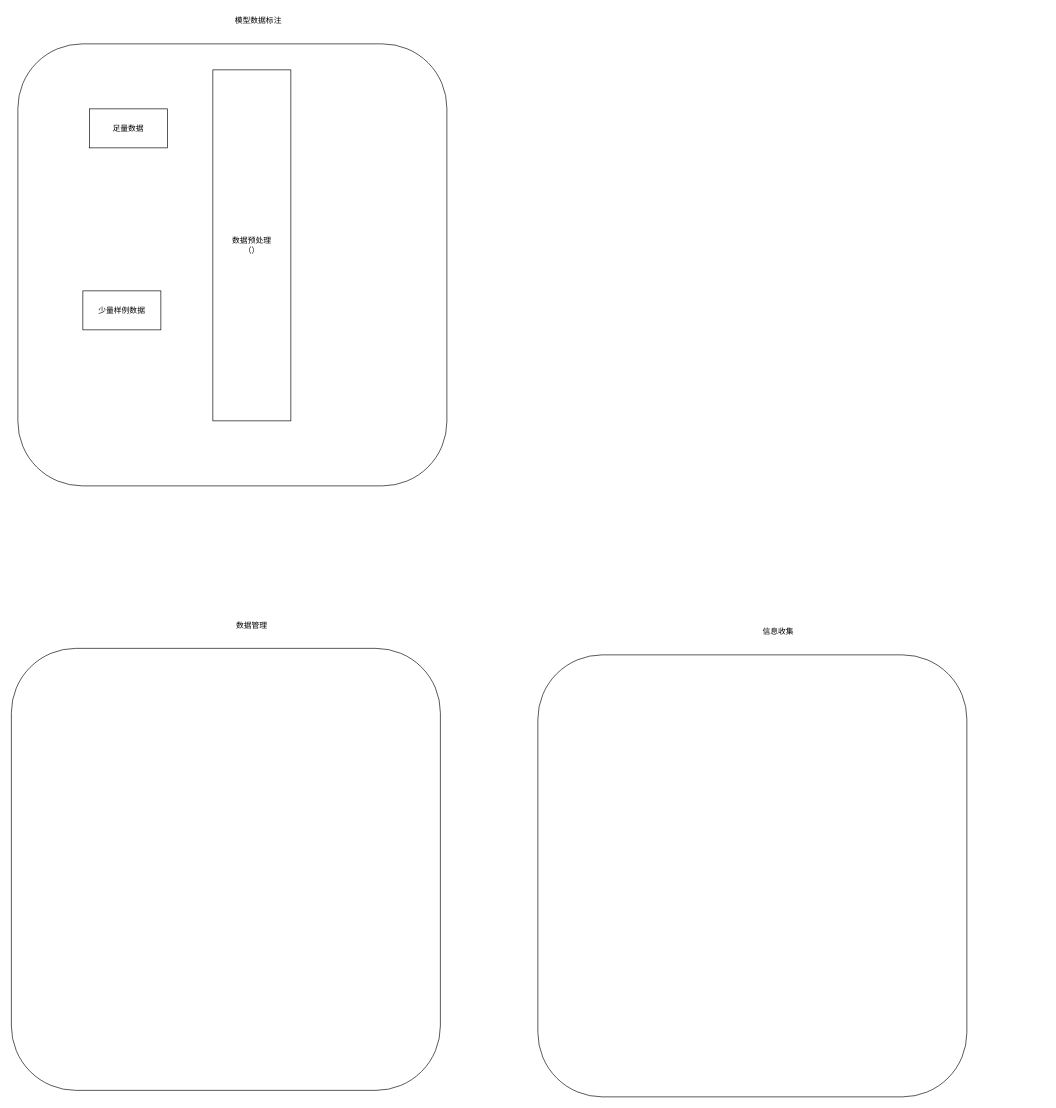
The draw.io diagram page "标注侧" (1 of 6) of social life internal system.drawio in Saiable/drawio, before the edit. Source tidied: cells renumbered, new cells numbered last; positions are measured from the earlier drawing's top-left corner, leaving out a move shared by most shapes. Both pictures are drawn from the tidied source at 65%, with x=0, y=0 at pixel (11, 11).
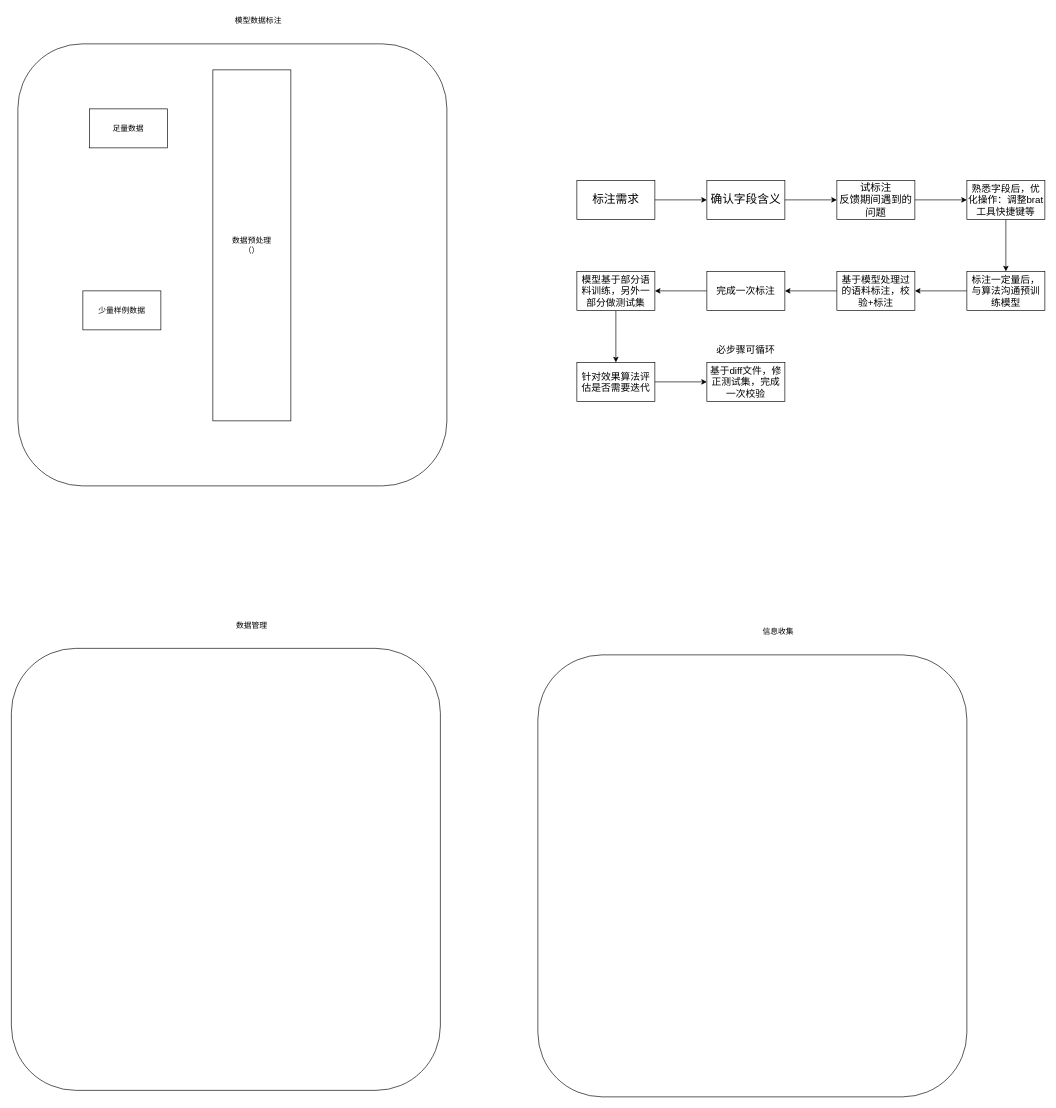
The same page after the edit.

Change to the diagram source:
```diff
@@
+    <mxCell id="11" style="edgeStyle=orthogonalEdgeStyle;rounded=0;jettySize=auto;html=1;" parent="1" edge="1" source="12" target="14">
+      <mxGeometry relative="1" as="geometry" />
+    </mxCell>
+    <mxCell id="12" value="&lt;font style=&quot;font-size: 18px&quot;&gt;标注需求&lt;/font&gt;" style="rounded=0;whiteSpace=wrap;html=1;" parent="1" vertex="1">
+      <mxGeometry x="870" y="260" width="120" height="60" as="geometry" />
+    </mxCell>
+    <mxCell id="13" style="edgeStyle=orthogonalEdgeStyle;rounded=0;jettySize=auto;html=1;" parent="1" edge="1" source="14" target="16">
+      <mxGeometry relative="1" as="geometry" />
+    </mxCell>
+    <mxCell id="14" value="&lt;font style=&quot;font-size: 18px&quot;&gt;确认字段含义&lt;/font&gt;" style="rounded=0;whiteSpace=wrap;html=1;" parent="1" vertex="1">
+      <mxGeometry x="1070" y="260" width="120" height="60" as="geometry" />
+    </mxCell>
+    <mxCell id="15" style="edgeStyle=orthogonalEdgeStyle;rounded=0;jettySize=auto;html=1;" parent="1" edge="1" source="16" target="18">
+      <mxGeometry relative="1" as="geometry" />
+    </mxCell>
+    <mxCell id="16" value="&lt;font style=&quot;font-size: 16px;&quot;&gt;试标注&lt;br style=&quot;font-size: 16px;&quot;&gt;反馈期间遇到的问题&lt;/font&gt;" style="rounded=0;whiteSpace=wrap;html=1;fontSize=16;" parent="1" vertex="1">
+      <mxGeometry x="1270" y="260" width="120" height="60" as="geometry" />
+    </mxCell>
+    <mxCell id="17" style="edgeStyle=orthogonalEdgeStyle;rounded=0;jettySize=auto;html=1;fontSize=15;" parent="1" edge="1" source="18" target="20">
+      <mxGeometry relative="1" as="geometry" />
+    </mxCell>
+    <mxCell id="18" value="&lt;font style=&quot;font-size: 15px;&quot;&gt;熟悉字段后，优化操作：调整brat工具快捷键等&lt;/font&gt;" style="rounded=0;whiteSpace=wrap;html=1;fontSize=15;" parent="1" vertex="1">
+      <mxGeometry x="1470" y="260" width="120" height="60" as="geometry" />
+    </mxCell>
+    <mxCell id="19" style="edgeStyle=orthogonalEdgeStyle;rounded=0;jettySize=auto;html=1;fontSize=15;" parent="1" edge="1" source="20" target="22">
+      <mxGeometry relative="1" as="geometry" />
+    </mxCell>
+    <mxCell id="20" value="标注一定量后，与算法沟通预训练模型" style="rounded=0;whiteSpace=wrap;html=1;fontSize=15;" parent="1" vertex="1">
+      <mxGeometry x="1470" y="400" width="120" height="60" as="geometry" />
+    </mxCell>
+    <mxCell id="21" style="edgeStyle=orthogonalEdgeStyle;rounded=0;jettySize=auto;html=1;fontSize=15;" parent="1" edge="1" source="22" target="24">
+      <mxGeometry relative="1" as="geometry" />
+    </mxCell>
+    <mxCell id="22" value="基于模型处理过的语料标注，校验+标注" style="rounded=0;whiteSpace=wrap;html=1;fontSize=15;" parent="1" vertex="1">
+      <mxGeometry x="1270" y="400" width="120" height="60" as="geometry" />
+    </mxCell>
+    <mxCell id="23" style="edgeStyle=orthogonalEdgeStyle;rounded=0;jettySize=auto;html=1;fontSize=15;" parent="1" edge="1" source="24" target="26">
+      <mxGeometry relative="1" as="geometry" />
+    </mxCell>
+    <mxCell id="24" value="完成一次标注" style="rounded=0;whiteSpace=wrap;html=1;fontSize=15;" parent="1" vertex="1">
+      <mxGeometry x="1070" y="400" width="120" height="60" as="geometry" />
+    </mxCell>
+    <mxCell id="25" style="edgeStyle=orthogonalEdgeStyle;rounded=0;jettySize=auto;html=1;fontSize=15;" parent="1" edge="1" source="26" target="28">
+      <mxGeometry relative="1" as="geometry" />
+    </mxCell>
+    <mxCell id="26" value="模型基于部分语料训练，另外一部分做测试集" style="rounded=0;whiteSpace=wrap;html=1;fontSize=15;" parent="1" vertex="1">
+      <mxGeometry x="870" y="400" width="120" height="60" as="geometry" />
+    </mxCell>
+    <mxCell id="27" style="edgeStyle=orthogonalEdgeStyle;rounded=0;jettySize=auto;html=1;fontSize=15;" parent="1" edge="1" source="28" target="29">
+      <mxGeometry relative="1" as="geometry" />
+    </mxCell>
+    <mxCell id="28" value="针对效果算法评估是否需要迭代" style="rounded=0;whiteSpace=wrap;html=1;fontSize=15;" parent="1" vertex="1">
+      <mxGeometry x="870" y="540" width="120" height="60" as="geometry" />
+    </mxCell>
+    <mxCell id="29" value="基于diff文件，修正测试集，完成一次校验" style="rounded=0;whiteSpace=wrap;html=1;fontSize=15;" parent="1" vertex="1">
+      <mxGeometry x="1070" y="540" width="120" height="60" as="geometry" />
+    </mxCell>
+    <mxCell id="30" value="必步骤可循环" style="text;html=1;strokeColor=none;fillColor=none;align=center;verticalAlign=middle;whiteSpace=wrap;rounded=0;fontSize=15;" parent="1" vertex="1">
+      <mxGeometry x="1065" y="510" width="130" height="20" as="geometry" />
+    </mxCell>
```
